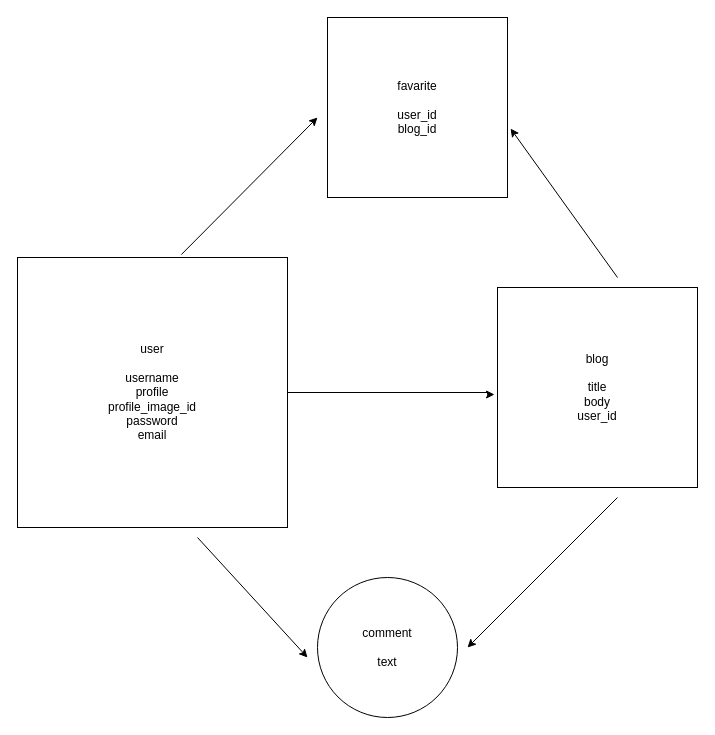
The draw.io diagram ER.dio in pochi13/ourblog, before the edit. Source tidied: cells renumbered, new cells numbered last; positions are measured from the earlier drawing's top-left corner, leaving out a move shared by most shapes. Both pictures are drawn from the tidied source at 100%, with x=0, y=0 at pixel (17, 17).
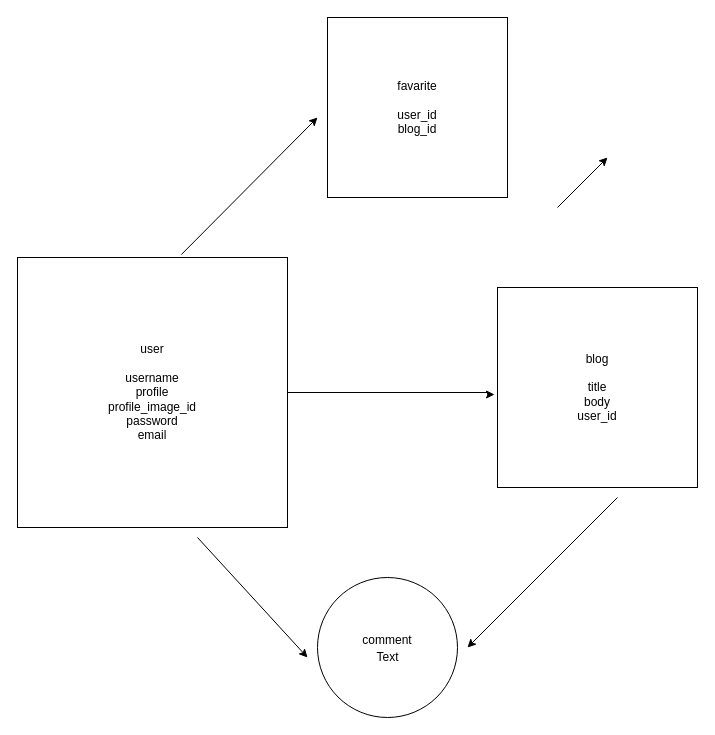
The same page after the edit.

Commit message (it also covers changes not shown here):
ER図＆README修正

The edit, as a diff of the source:
```diff
@@
 <mxGraphModel>
   <root>
     <mxCell id="0" />
     <mxCell id="1" parent="0" />
     <mxCell id="2" style="edgeStyle=orthogonalEdgeStyle;rounded=0;jettySize=auto;html=1;entryX=-0.015;entryY=0.535;entryDx=0;entryDy=0;entryPerimeter=0;" parent="1" edge="1" source="3" target="5">
       <mxGeometry relative="1" as="geometry">
         <Array as="points">
           <mxPoint x="470" y="375" />
           <mxPoint x="470" y="377" />
         </Array>
       </mxGeometry>
     </mxCell>
     <mxCell id="3" value="user&lt;br&gt;&lt;br&gt;username&lt;br&gt;profile&lt;br&gt;profile_image_id&lt;br&gt;password&lt;br&gt;email" style="whiteSpace=wrap;html=1;" parent="1" vertex="1">
       <mxGeometry y="240" width="270" height="270" as="geometry" />
     </mxCell>
-    <mxCell id="4" value="comment&lt;br&gt;&lt;br&gt;text" style="ellipse;whiteSpace=wrap;html=1;" parent="1" vertex="1">
+    <mxCell id="4" value="comment&lt;br&gt;&lt;br&gt;" style="ellipse;whiteSpace=wrap;html=1;" parent="1" vertex="1">
       <mxGeometry x="300" y="560" width="140" height="140" as="geometry" />
     </mxCell>
     <mxCell id="5" value="blog&lt;br&gt;&lt;br&gt;title&lt;br&gt;body&lt;br&gt;user_id" style="whiteSpace=wrap;html=1;" parent="1" vertex="1">
       <mxGeometry x="480" y="270" width="200" height="200" as="geometry" />
     </mxCell>
     <mxCell id="6" style="endArrow=classic;html=1;" parent="1" edge="1">
       <mxGeometry relative="1" as="geometry">
         <mxPoint x="180" y="520" as="sourcePoint" />
         <mxPoint x="290" y="640" as="targetPoint" />
       </mxGeometry>
     </mxCell>
     <mxCell id="7" style="endArrow=classic;html=1;" parent="1" edge="1">
       <mxGeometry relative="1" as="geometry">
         <mxPoint x="600" y="480" as="sourcePoint" />
         <mxPoint x="450" y="630" as="targetPoint" />
       </mxGeometry>
     </mxCell>
     <mxCell id="8" value="favarite&lt;br&gt;&lt;br&gt;user_id&lt;br&gt;blog_id" style="whiteSpace=wrap;html=1;" parent="1" vertex="1">
       <mxGeometry x="310" width="180" height="180" as="geometry" />
     </mxCell>
     <mxCell id="9" style="endArrow=classic;html=1;exitX=0.607;exitY=-0.011;exitDx=0;exitDy=0;exitPerimeter=0;" parent="1" edge="1" source="3">
       <mxGeometry relative="1" as="geometry">
         <mxPoint x="300" y="100" as="targetPoint" />
       </mxGeometry>
     </mxCell>
-    <mxCell id="10" style="endArrow=classic;html=1;entryX=1.017;entryY=0.617;entryDx=0;entryDy=0;entryPerimeter=0;" parent="1" edge="1" target="8">
+    <mxCell id="10" style="endArrow=classic;html=1;" parent="1" edge="1">
       <mxGeometry relative="1" as="geometry">
-        <mxPoint x="600" y="260" as="sourcePoint" />
+        <mxPoint x="540" y="190" as="sourcePoint" />
+        <mxPoint x="590" y="140" as="targetPoint" />
       </mxGeometry>
     </mxCell>
+    <mxCell id="11" value="Text" style="text;html=1;align=center;verticalAlign=middle;strokeColor=none;" parent="1" vertex="1">
+      <mxGeometry x="350" y="630" width="40" height="20" as="geometry" />
+    </mxCell>
   </root>
 </mxGraphModel>
```
